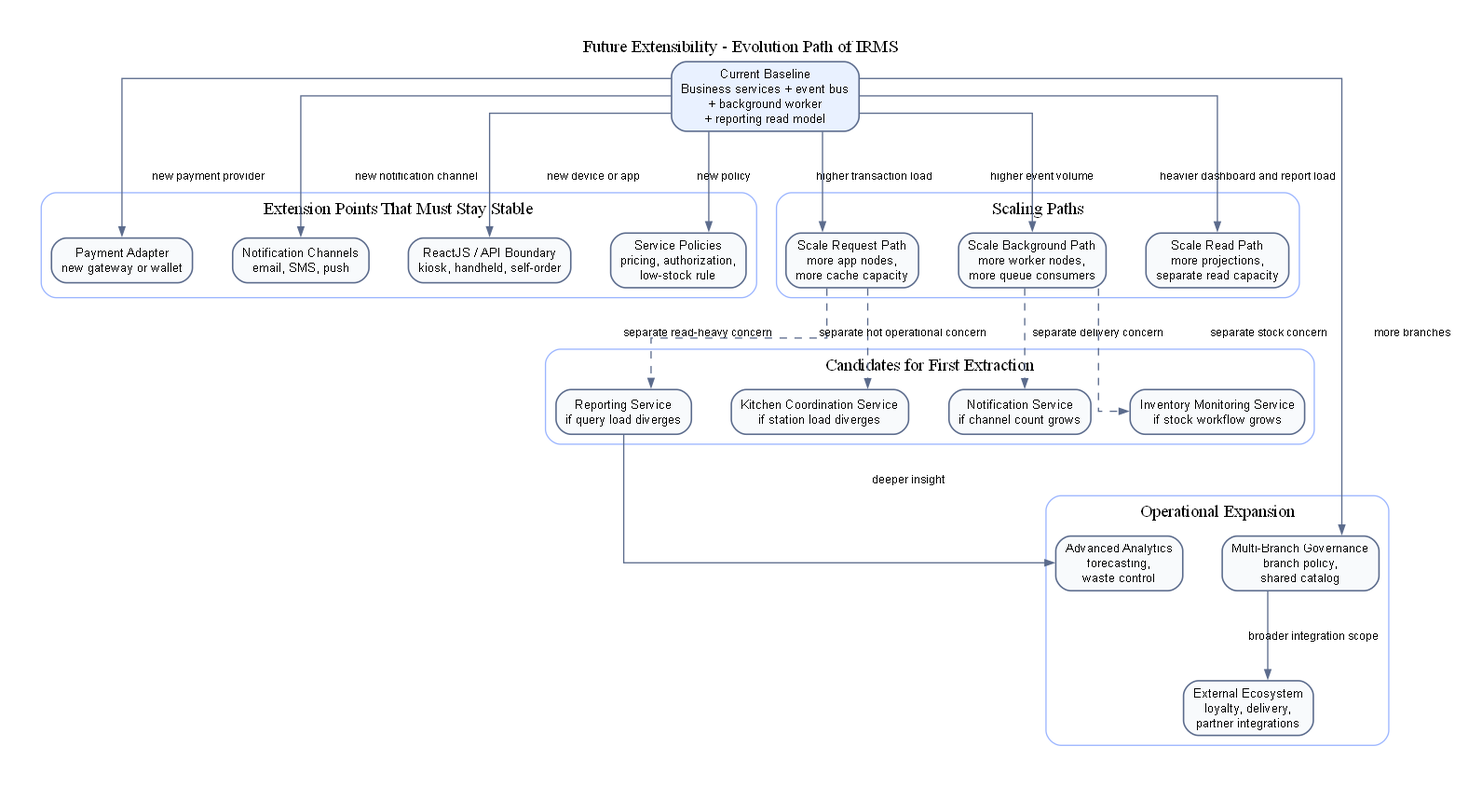
The Graphviz diagram assets/diagrams/rendered/architecture/36_future_extensibility_evolution_path.png in lehoangluan1/SA_IRMS, before a commit. Its source is kept beside it as assets/diagrams/source/architecture/36_future_extensibility_evolution_path.dot.
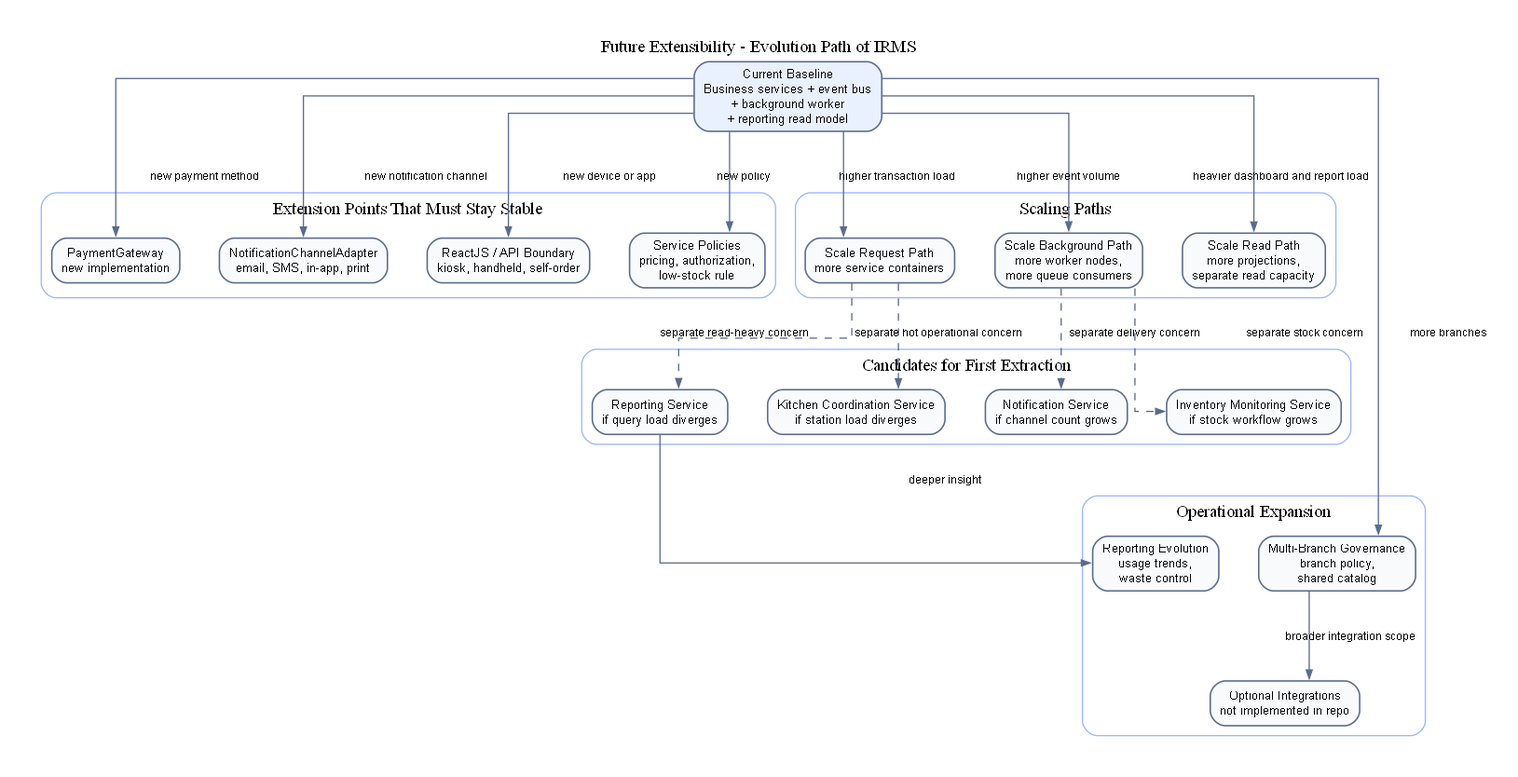
The same file after the commit.

What changed in the source:
```diff
@@ -12,8 +12,8 @@
     label="Extension Points That Must Stay Stable";
     color="#9BB5FF";
     style="rounded";
-    pay [label="Payment Adapter\nnew gateway or wallet"];
-    notif [label="Notification Channels\nemail, SMS, push"];
+    pay [label="PaymentGateway\nnew implementation"];
+    notif [label="NotificationChannelAdapter\nemail, SMS, in-app, print"];
     client [label="ReactJS / API Boundary\nkiosk, handheld, self-order"];
     rules [label="Service Policies\npricing, authorization,\nlow-stock rule"];
   }
@@ -22,7 +22,7 @@
     label="Scaling Paths";
     color="#9BB5FF";
     style="rounded";
-    appscale [label="Scale Request Path\nmore app nodes,\nmore cache capacity"];
+    appscale [label="Scale Request Path\nmore service containers"];
     workerscale [label="Scale Background Path\nmore worker nodes,\nmore queue consumers"];
     readscale [label="Scale Read Path\nmore projections,\nseparate read capacity"];
   }
@@ -42,11 +42,11 @@
     color="#9BB5FF";
     style="rounded";
     branch [label="Multi-Branch Governance\nbranch policy,\nshared catalog"];
-    analytics [label="Advanced Analytics\nforecasting,\nwaste control"];
-    ecosystem [label="External Ecosystem\nloyalty, delivery,\npartner integrations"];
+    analytics [label="Reporting Evolution\nusage trends,\nwaste control"];
+    ecosystem [label="Optional Integrations\nnot implemented in repo"];
   }
 
-  current -> pay [label="new payment provider"];
+  current -> pay [label="new payment method"];
   current -> notif [label="new notification channel"];
   current -> client [label="new device or app"];
   current -> rules [label="new policy"];
```
